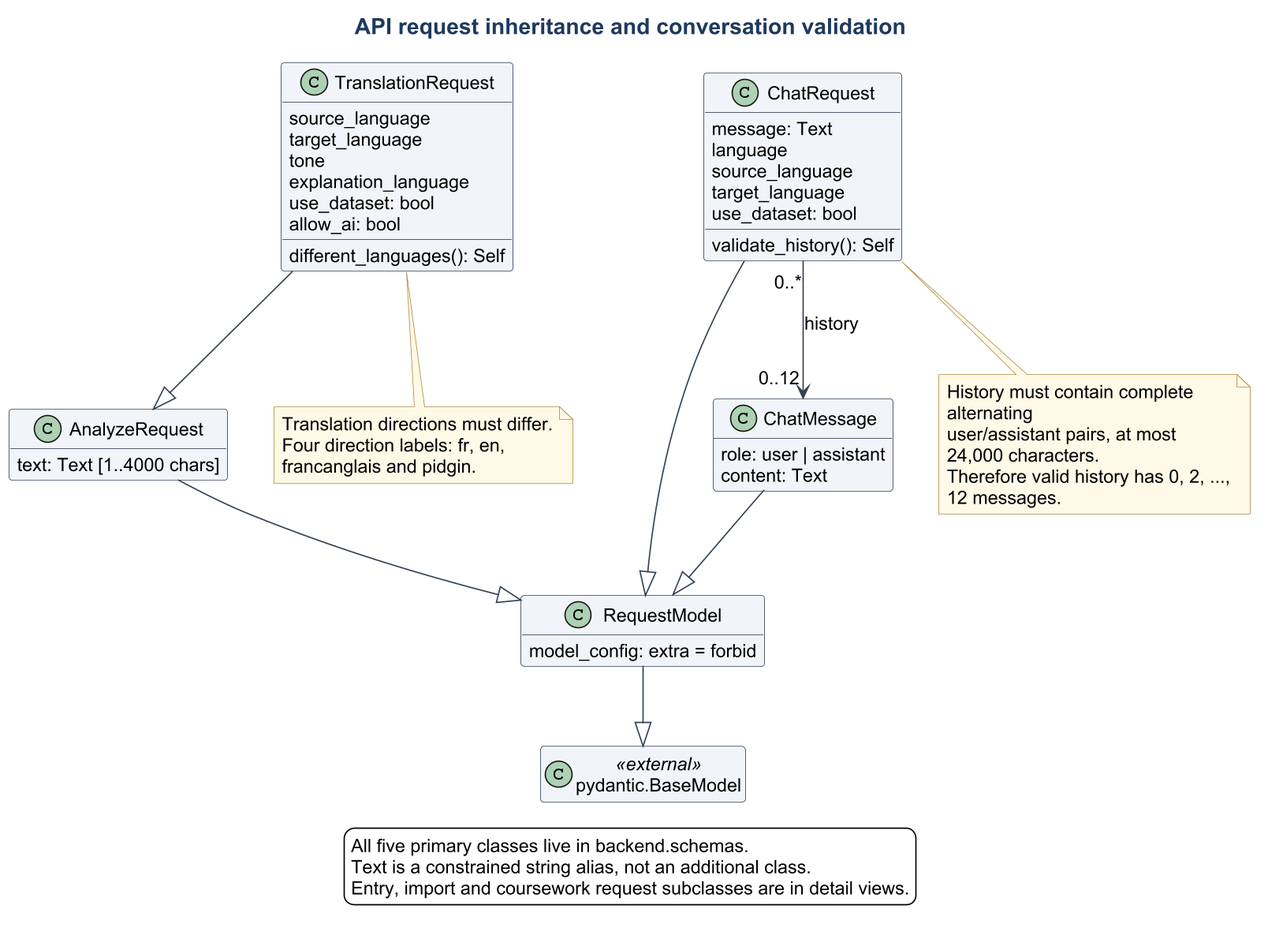
Above: docs/diagrams/class-api-requests.png in Suraku237/francanglaiscompiler (PlantUML), before the change. The source it was exported from:
```plantuml
@startuml
!include theme.iuml
title API request inheritance and conversation validation
hide empty members
class "pydantic.BaseModel" as BaseModel <<external>>
class RequestModel {
  model_config: extra = forbid
}
class AnalyzeRequest {
  text: Text [1..4000 chars]
}
class TranslationRequest {
  source_language
  target_language
  tone
  explanation_language
  use_dataset: bool
  allow_ai: bool
  different_languages(): Self
}
class ChatRequest {
  message: Text
  language
  source_language
  target_language
  use_dataset: bool
  validate_history(): Self
}
class ChatMessage {
  role: user | assistant
  content: Text
}
RequestModel --|> BaseModel
AnalyzeRequest --|> RequestModel
TranslationRequest --|> AnalyzeRequest
ChatRequest --|> RequestModel
ChatMessage --|> RequestModel
ChatRequest "0..*" --> "0..12" ChatMessage : history
note bottom of TranslationRequest
  Translation directions must differ.
  Four direction labels: fr, en,
  francanglais and pidgin.
end note
note bottom of ChatRequest
  History must contain complete alternating
  user/assistant pairs, at most 24,000 characters.
  Therefore valid history has 0, 2, ..., 12 messages.
end note
legend bottom
  All five primary classes live in backend.schemas.
  Text is a constrained string alias, not an additional class.
  Entry, import and coursework request subclasses are in detail views.
endlegend
@enduml
```
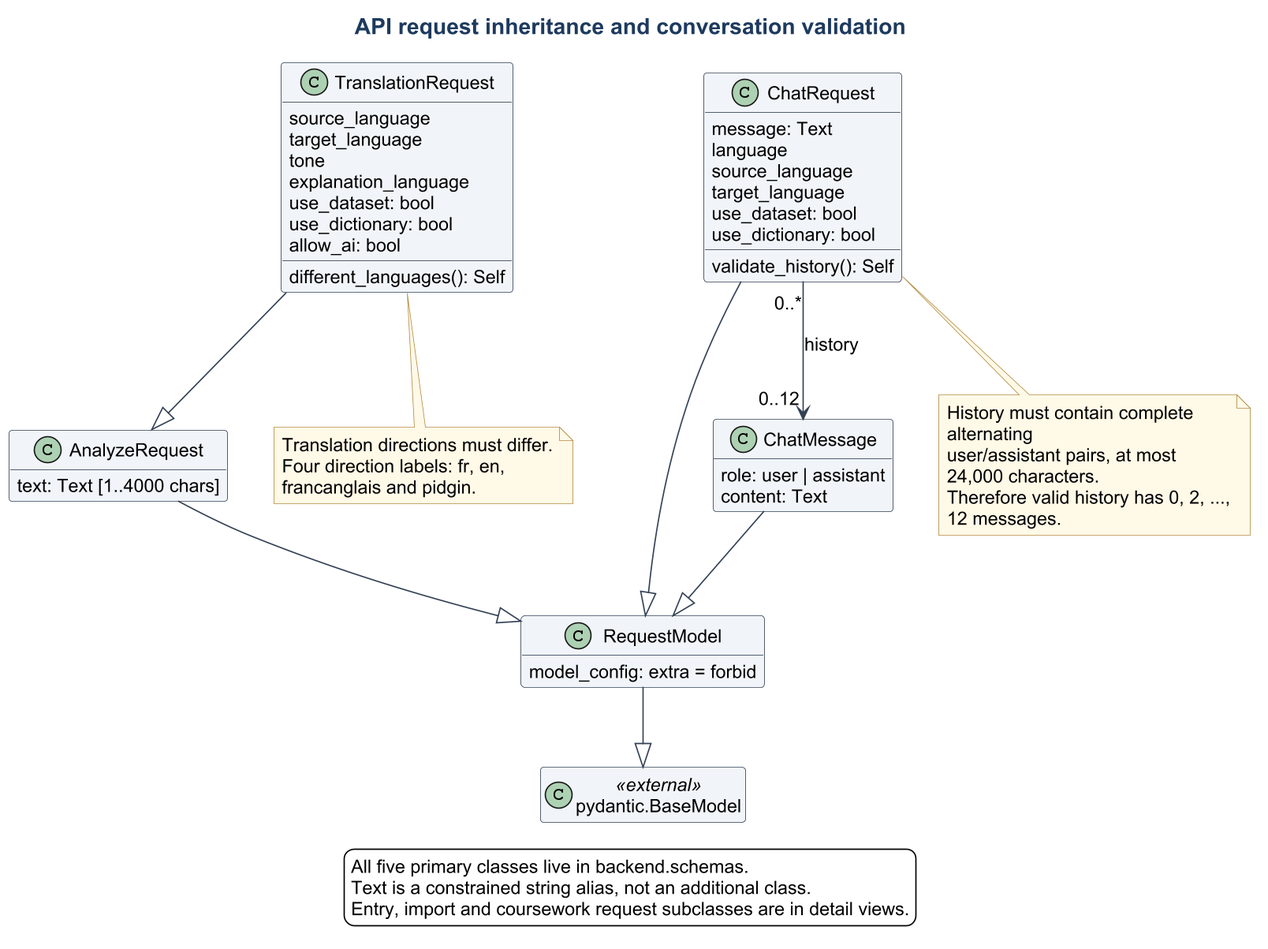
The same file after the commit.

What changed in the source:
```diff
@@ -15,6 +15,7 @@
   tone
   explanation_language
   use_dataset: bool
+  use_dictionary: bool
   allow_ai: bool
   different_languages(): Self
 }
@@ -24,6 +25,7 @@
   source_language
   target_language
   use_dataset: bool
+  use_dictionary: bool
   validate_history(): Self
 }
 class ChatMessage {
```
